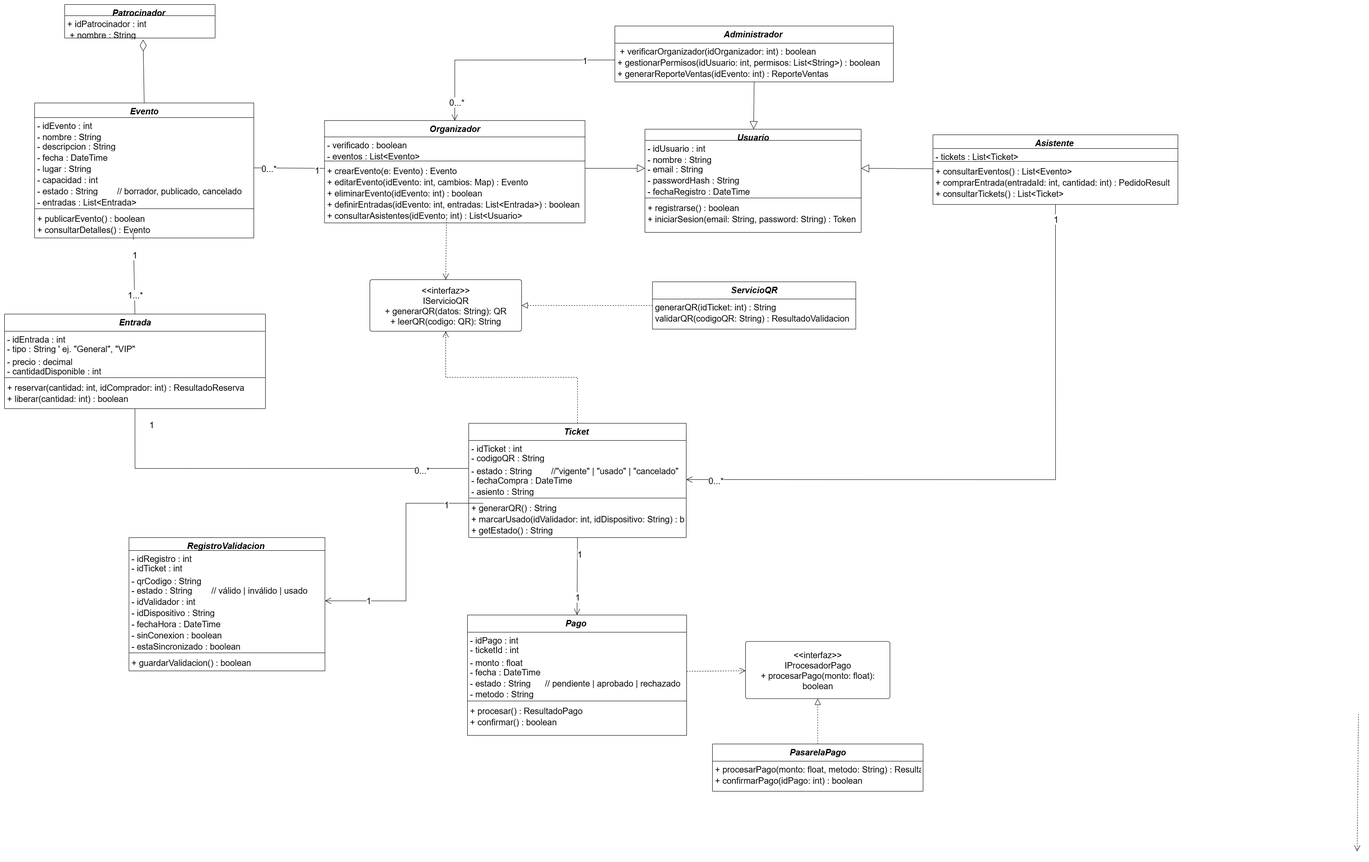
This is Diagrama_de_ClasesPUMFEST.drawio.png from Asnarck7/Diagramas, a draw.io export, as it was before one commit. Source tidied: cells renumbered, new cells last; positions are measured from the earlier drawing's top-left corner, leaving out a move shared by most shapes.
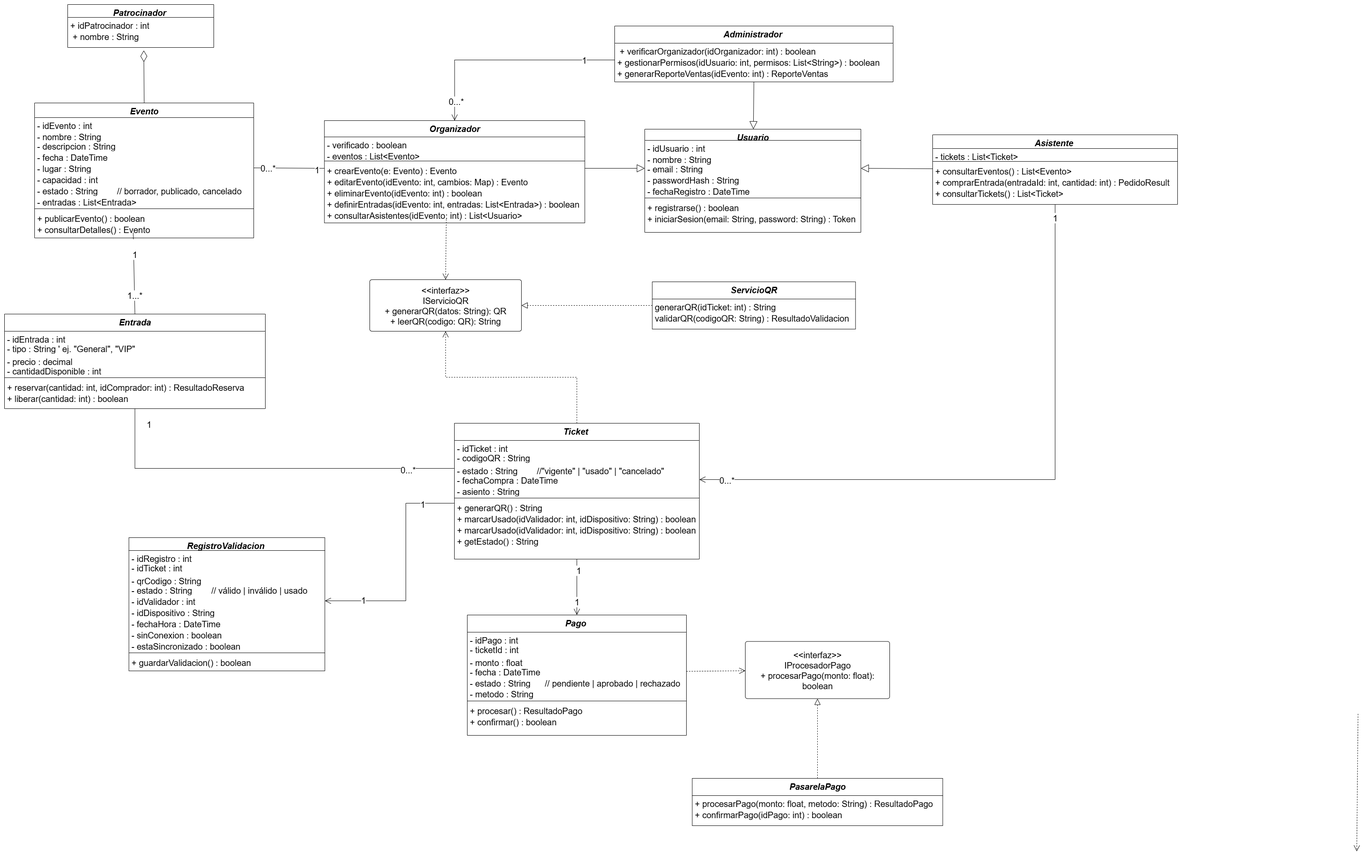
Above is the later version.

Diff of the diagram source:
```diff
@@ -123,34 +123,37 @@
       <mxGeometry y="276" width="510" height="26" as="geometry" />
     </mxCell>
     <mxCell id="42" value="Ticket " style="swimlane;fontStyle=3;align=center;verticalAlign=top;horizontal=1;startSize=40;rounded=0;shadow=0;strokeWidth=1;fontSize=20;" parent="1" vertex="1">
-      <mxGeometry x="1080" y="974" width="506" height="266" as="geometry" />
+      <mxGeometry x="1047" y="974" width="570" height="316" as="geometry" />
     </mxCell>
     <mxCell id="43" value="- idTicket : int" style="text;align=left;verticalAlign=top;spacingLeft=4;spacingRight=4;overflow=hidden;rounded=0;shadow=0;html=0;fontSize=20;" parent="42" vertex="1">
-      <mxGeometry y="40" width="506" height="26" as="geometry" />
+      <mxGeometry y="40" width="570" height="26" as="geometry" />
     </mxCell>
     <mxCell id="44" value="- codigoQR : String" style="text;align=left;verticalAlign=middle;spacingLeft=4;spacingRight=4;overflow=hidden;rounded=0;shadow=0;html=0;fontSize=20;" parent="42" vertex="1">
-      <mxGeometry y="66" width="506" height="26" as="geometry" />
+      <mxGeometry y="66" width="570" height="26" as="geometry" />
     </mxCell>
     <mxCell id="45" value="- estado : String        //&quot;vigente&quot; | &quot;usado&quot; | &quot;cancelado&quot;" style="text;align=left;verticalAlign=top;spacingLeft=4;spacingRight=4;overflow=hidden;points=[[0,0.5],[1,0.5]];portConstraint=eastwest;fontSize=20;" parent="42" vertex="1">
-      <mxGeometry y="92" width="506" height="26" as="geometry" />
+      <mxGeometry y="92" width="570" height="26" as="geometry" />
     </mxCell>
     <mxCell id="46" value="- fechaCompra : DateTime" style="text;align=left;verticalAlign=middle;spacingLeft=4;spacingRight=4;overflow=hidden;points=[[0,0.5],[1,0.5]];portConstraint=eastwest;rounded=0;shadow=0;html=0;fontSize=20;" parent="42" vertex="1">
-      <mxGeometry y="118" width="506" height="26" as="geometry" />
+      <mxGeometry y="118" width="570" height="26" as="geometry" />
     </mxCell>
     <mxCell id="47" value="- asiento : String" style="text;align=left;verticalAlign=middle;spacingLeft=4;spacingRight=4;overflow=hidden;rounded=0;shadow=0;html=0;fontSize=20;" parent="42" vertex="1">
-      <mxGeometry y="144" width="506" height="26" as="geometry" />
+      <mxGeometry y="144" width="570" height="26" as="geometry" />
     </mxCell>
     <mxCell id="48" style="line;html=1;strokeWidth=1;align=left;verticalAlign=middle;spacingTop=-1;spacingLeft=3;spacingRight=3;labelPosition=right;fontSize=20;" parent="42" vertex="1">
-      <mxGeometry y="170" width="506" height="8" as="geometry" />
+      <mxGeometry y="170" width="570" height="8" as="geometry" />
     </mxCell>
     <mxCell id="49" value="+ generarQR() : String" style="text;align=left;verticalAlign=top;spacingLeft=4;spacingRight=4;overflow=hidden;points=[[0,0.5],[1,0.5]];portConstraint=eastwest;fontSize=20;" parent="42" vertex="1">
-      <mxGeometry y="178" width="506" height="26" as="geometry" />
+      <mxGeometry y="178" width="570" height="26" as="geometry" />
     </mxCell>
+    <mxCell id="124" value="+ marcarUsado(idValidador: int, idDispositivo: String) : boolean" style="text;align=left;verticalAlign=top;spacingLeft=4;spacingRight=4;overflow=hidden;fontSize=20;" parent="42" vertex="1">
+      <mxGeometry y="204" width="570" height="26" as="geometry" />
+    </mxCell>
     <mxCell id="50" value="+ marcarUsado(idValidador: int, idDispositivo: String) : boolean" style="text;align=left;verticalAlign=top;spacingLeft=4;spacingRight=4;overflow=hidden;fontSize=20;" parent="42" vertex="1">
-      <mxGeometry y="204" width="506" height="26" as="geometry" />
+      <mxGeometry y="230" width="570" height="26" as="geometry" />
     </mxCell>
     <mxCell id="51" value="+ getEstado() : String" style="text;align=left;verticalAlign=top;spacingLeft=4;spacingRight=4;overflow=hidden;fontSize=20;" parent="42" vertex="1">
-      <mxGeometry y="230" width="506" height="26" as="geometry" />
+      <mxGeometry y="256" width="570" height="26" as="geometry" />
     </mxCell>
     <mxCell id="52" value="Pago " style="swimlane;fontStyle=3;align=center;verticalAlign=top;horizontal=1;startSize=40;rounded=0;shadow=0;strokeWidth=1;fontSize=20;" parent="1" vertex="1">
       <mxGeometry x="1077" y="1420" width="510" height="280" as="geometry" />
@@ -243,13 +246,13 @@
       <mxGeometry y="178" width="607" height="26" as="geometry" />
     </mxCell>
     <mxCell id="82" value="PasarelaPago  " style="swimlane;fontStyle=3;align=center;verticalAlign=top;horizontal=1;startSize=40;rounded=0;shadow=0;strokeWidth=1;fontSize=20;" parent="1" vertex="1">
-      <mxGeometry x="1647" y="1720" width="490" height="110" as="geometry" />
+      <mxGeometry x="1600.5" y="1800" width="583" height="110" as="geometry" />
     </mxCell>
     <mxCell id="83" value="+ procesarPago(monto: float, metodo: String) : ResultadoPago&#10;" style="text;align=left;verticalAlign=top;spacingLeft=4;spacingRight=4;overflow=hidden;fontSize=20;" parent="82" vertex="1">
-      <mxGeometry y="40" width="490" height="26" as="geometry" />
+      <mxGeometry y="40" width="583" height="26" as="geometry" />
     </mxCell>
     <mxCell id="84" value="+ confirmarPago(idPago: int) : boolean" style="text;align=left;verticalAlign=top;spacingLeft=4;spacingRight=4;overflow=hidden;fontSize=20;" parent="82" vertex="1">
-      <mxGeometry y="66" width="490" height="26" as="geometry" />
+      <mxGeometry y="66" width="583" height="26" as="geometry" />
     </mxCell>
     <mxCell id="85" value="ServicioQR   " style="swimlane;fontStyle=3;align=center;verticalAlign=top;horizontal=1;startSize=40;rounded=0;shadow=0;strokeWidth=1;fontSize=20;" parent="1" vertex="1">
       <mxGeometry x="1507.5" y="645" width="473" height="110" as="geometry" />
@@ -343,14 +346,14 @@
     <mxCell id="112" value="&lt;font&gt;0...*&lt;/font&gt;" style="edgeLabel;html=1;align=center;verticalAlign=middle;fontSize=20;" parent="110" vertex="1">
       <mxGeometry x="0.82" y="2" relative="1" as="geometry" />
     </mxCell>
-    <mxCell id="113" value="&lt;i&gt;Patrocinador&amp;nbsp;&lt;/i&gt;" style="swimlane;fontStyle=1;align=center;verticalAlign=top;horizontal=1;startSize=26;whiteSpace=wrap;html=1;fontSize=20;" parent="1" vertex="1">
-      <mxGeometry x="140" width="350" height="78" as="geometry" />
+    <mxCell id="113" value="&lt;i&gt;Patrocinador&amp;nbsp;&lt;/i&gt;" style="swimlane;fontStyle=1;align=center;verticalAlign=top;horizontal=1;startSize=30;whiteSpace=wrap;html=1;fontSize=20;" parent="1" vertex="1">
+      <mxGeometry x="147" width="340" height="100" as="geometry" />
     </mxCell>
     <mxCell id="114" value="+ idPatrocinador : int" style="text;strokeColor=none;fillColor=none;align=left;verticalAlign=top;spacingLeft=4;spacingRight=4;overflow=hidden;whiteSpace=wrap;html=1;fontSize=20;" parent="113" vertex="1">
-      <mxGeometry y="26" width="350" height="26" as="geometry" />
+      <mxGeometry y="30" width="340" height="26" as="geometry" />
     </mxCell>
     <mxCell id="115" value="&amp;nbsp;+ nombre : String" style="text;strokeColor=none;fillColor=none;align=left;verticalAlign=top;spacingLeft=4;spacingRight=4;overflow=hidden;points=[[0,0.5],[1,0.5]];portConstraint=eastwest;whiteSpace=wrap;html=1;fontSize=20;" parent="113" vertex="1">
-      <mxGeometry y="52" width="350" height="26" as="geometry" />
+      <mxGeometry y="56" width="340" height="44" as="geometry" />
     </mxCell>
     <mxCell id="116" style="endArrow=diamondThin;endFill=0;endSize=24;html=1;rounded=0;entryX=0.521;entryY=1.154;entryDx=0;entryDy=0;entryPerimeter=0;exitX=0.5;exitY=0;exitDx=0;exitDy=0;fontSize=20;" parent="1" edge="1" source="30" target="115">
       <mxGeometry relative="1" as="geometry" />
@@ -361,10 +364,10 @@
     <mxCell id="118" style="endArrow=open;endSize=12;dashed=1;html=1;rounded=0;exitX=0.468;exitY=1.063;exitDx=0;exitDy=0;exitPerimeter=0;entryX=0.5;entryY=0;entryDx=0;entryDy=0;fontSize=20;" parent="1" edge="1" source="25" target="93">
       <mxGeometry relative="1" as="geometry" />
     </mxCell>
-    <mxCell id="119" style="endArrow=open;endFill=1;endSize=12;html=1;rounded=0;edgeStyle=orthogonalEdgeStyle;fontSize=20;entryX=1;entryY=0.5;entryDx=0;entryDy=0;" parent="1" edge="1" target="67">
+    <mxCell id="119" style="endArrow=open;endFill=1;endSize=12;html=1;rounded=0;edgeStyle=orthogonalEdgeStyle;fontSize=20;entryX=1;entryY=0.5;entryDx=0;entryDy=0;exitX=0;exitY=0.5;exitDx=0;exitDy=0;" parent="1" edge="1" source="49" target="67">
       <mxGeometry relative="1" as="geometry">
-        <mxPoint x="1114" y="1160" as="sourcePoint" />
         <Array as="points">
+          <mxPoint x="1047" y="1160" />
           <mxPoint x="934" y="1160" />
           <mxPoint x="934" y="1387" />
         </Array>
```
